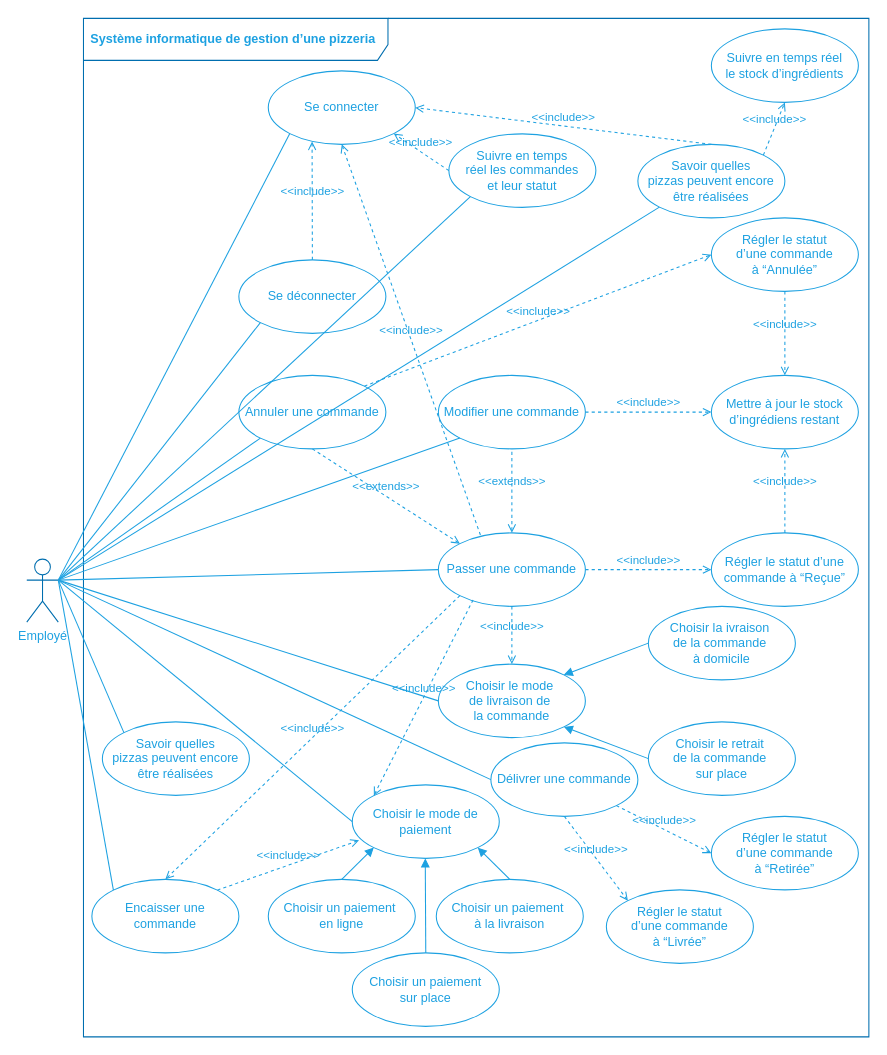
This is img/figure_use-case-diagram-employee.dio from centvingt/OCPizzaRedaction, a draw.io file, before an edit. Source tidied: cells renumbered, new cells numbered last; positions are measured from the earlier drawing's top-left corner, leaving out a move shared by most shapes. Both pictures are drawn from the tidied source at 105%, with x=0, y=0 at pixel (26, 18).
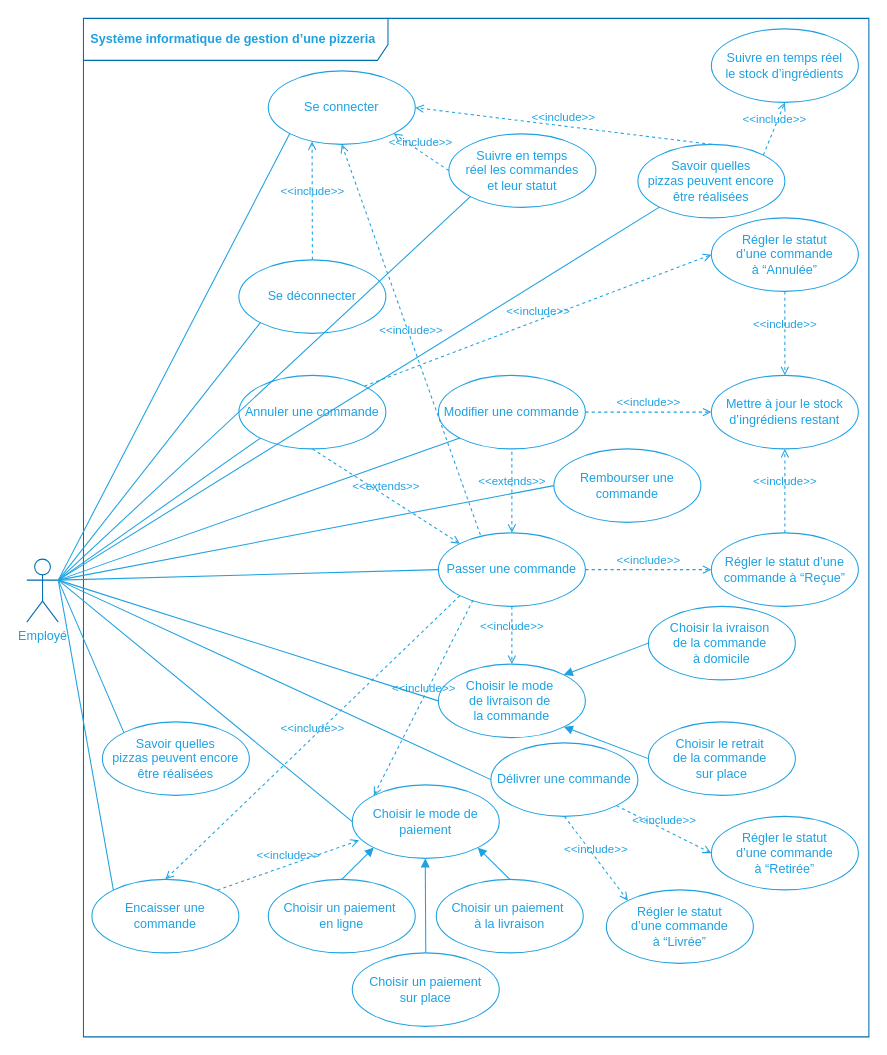
The same diagram, later.

Commit message (it also covers changes not shown here):
Ajout de l’action Rembourser une commande

The change refers to these unchanged cells:
```xml
<mxCell id="2" value="&lt;font color=&quot;#1da1e1&quot;&gt;Employé&lt;/font&gt;" style="shape=umlActor;verticalLabelPosition=bottom;verticalAlign=top;html=1;strokeColor=#006EAF;fontColor=#ffffff;fillColor=none;" parent="1" vertex="1">
  <mxGeometry y="515" width="30" height="60" as="geometry" />
</mxCell>
```

Diff of the diagram source:
```diff
@@
+    <mxCell id="65" style="rounded=0;jettySize=auto;html=1;exitX=0;exitY=0.5;exitDx=0;exitDy=0;entryX=1;entryY=0.3333333333333333;entryDx=0;entryDy=0;entryPerimeter=0;strokeColor=#1DA1E1;endFill=0;endArrow=none;" parent="1" edge="1" source="66" target="2">
+      <mxGeometry relative="1" as="geometry" />
+    </mxCell>
+    <mxCell id="66" value="&lt;font color=&quot;#1da1e1&quot;&gt;Rembourser une commande&lt;/font&gt;" style="ellipse;whiteSpace=wrap;html=1;fillColor=none;strokeColor=#1DA1E1;" parent="1" vertex="1">
+      <mxGeometry x="502" y="410" width="140" height="70" as="geometry" />
+    </mxCell>
```
